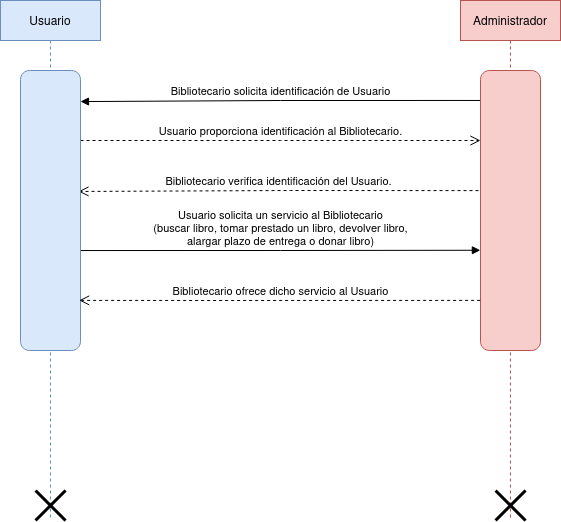
The draw.io diagram Diagramas/Aplicación de Red Social/DS Aplicación de Red Social.drawio.png in RafaelMayor/ETS, before a commit. Source tidied: cells renumbered, new cells last; positions are measured from the earlier drawing's top-left corner, leaving out a move shared by most shapes. Its diagram source:
```xml
<mxGraphModel>
  <root>
    <mxCell id="0" />
    <mxCell id="1" parent="0" />
    <mxCell id="2" value="Usuario" style="shape=umlLifeline;perimeter=lifelinePerimeter;whiteSpace=wrap;html=1;newEdgeStyle={&quot;curved&quot;:0,&quot;rounded&quot;:0};fillColor=#dae8fc;strokeColor=#6c8ebf;" parent="1" vertex="1">
      <mxGeometry x="90" width="100" height="520" as="geometry" />
    </mxCell>
    <mxCell id="3" style="shape=umlDestroy;whiteSpace=wrap;html=1;strokeWidth=3;targetShapes=umlLifeline;" parent="2" vertex="1">
      <mxGeometry x="35" y="490" width="30" height="30" as="geometry" />
    </mxCell>
    <mxCell id="4" value="Administrador" style="shape=umlLifeline;perimeter=lifelinePerimeter;whiteSpace=wrap;html=1;newEdgeStyle={&quot;curved&quot;:0,&quot;rounded&quot;:0};fillColor=#f8cecc;strokeColor=#b85450;" parent="1" vertex="1">
      <mxGeometry x="550" width="100" height="520" as="geometry" />
    </mxCell>
    <mxCell id="5" value="&lt;div&gt;Bibliotecario solicita identificación de Usuario&lt;/div&gt;" style="html=1;verticalAlign=bottom;endArrow=block;curved=0;rounded=0;exitX=0.107;exitY=1;exitDx=0;exitDy=0;exitPerimeter=0;entryX=0.111;entryY=0;entryDx=0;entryDy=0;entryPerimeter=0;" parent="1" edge="1" source="9" target="8">
      <mxGeometry relative="1" as="geometry">
        <Array as="points">
          <mxPoint x="370" y="100" />
        </Array>
      </mxGeometry>
    </mxCell>
    <mxCell id="6" value="Usuario proporciona identificación al Bibliotecario." style="html=1;verticalAlign=bottom;endArrow=open;dashed=1;endSize=8;curved=0;rounded=0;exitX=0.25;exitY=0;exitDx=0;exitDy=0;entryX=0.25;entryY=1;entryDx=0;entryDy=0;" parent="1" edge="1" source="8" target="9">
      <mxGeometry relative="1" as="geometry">
        <Array as="points">
          <mxPoint x="370" y="140" />
        </Array>
      </mxGeometry>
    </mxCell>
    <mxCell id="7" value="Bibliotecario verifica identificación del Usuario." style="html=1;verticalAlign=bottom;endArrow=open;dashed=1;endSize=8;curved=0;rounded=0;exitX=0.429;exitY=1.033;exitDx=0;exitDy=0;exitPerimeter=0;entryX=0.432;entryY=0.033;entryDx=0;entryDy=0;entryPerimeter=0;" parent="1" edge="1" source="9" target="8">
      <mxGeometry relative="1" as="geometry">
        <Array as="points">
          <mxPoint x="380" y="190" />
        </Array>
      </mxGeometry>
    </mxCell>
    <mxCell id="8" style="rounded=1;whiteSpace=wrap;html=1;rotation=90;fillColor=#dae8fc;strokeColor=#6c8ebf;" parent="1" vertex="1">
      <mxGeometry y="180" width="280" height="60" as="geometry" />
    </mxCell>
    <mxCell id="9" style="rounded=1;whiteSpace=wrap;html=1;rotation=90;fillColor=#f8cecc;strokeColor=#b85450;" parent="1" vertex="1">
      <mxGeometry x="460" y="180" width="280" height="60" as="geometry" />
    </mxCell>
    <mxCell id="10" value="&lt;div&gt;Usuario solicita un servicio al Bibliotecario&lt;/div&gt;&lt;div&gt;(buscar libro, tomar prestado un libro, devolver libro,&lt;/div&gt;&lt;div&gt;alargar plazo de entrega o donar libro)&lt;/div&gt;" style="html=1;verticalAlign=bottom;endArrow=block;curved=0;rounded=0;entryX=0.642;entryY=1.002;entryDx=0;entryDy=0;entryPerimeter=0;exitX=0.643;exitY=-0.006;exitDx=0;exitDy=0;exitPerimeter=0;" parent="1" edge="1" source="8" target="9">
      <mxGeometry relative="1" as="geometry">
        <Array as="points">
          <mxPoint x="370" y="250" />
        </Array>
      </mxGeometry>
    </mxCell>
    <mxCell id="11" style="shape=umlDestroy;whiteSpace=wrap;html=1;strokeWidth=3;targetShapes=umlLifeline;" parent="1" vertex="1">
      <mxGeometry x="585" y="490" width="30" height="30" as="geometry" />
    </mxCell>
    <mxCell id="12" value="Bibliotecario ofrece dicho servicio al Usuario" style="html=1;verticalAlign=bottom;endArrow=open;dashed=1;endSize=8;curved=0;rounded=0;exitX=0.821;exitY=1.006;exitDx=0;exitDy=0;exitPerimeter=0;entryX=0.821;entryY=0.022;entryDx=0;entryDy=0;entryPerimeter=0;" parent="1" edge="1" source="9" target="8">
      <mxGeometry relative="1" as="geometry">
        <Array as="points">
          <mxPoint x="300" y="300" />
        </Array>
      </mxGeometry>
    </mxCell>
  </root>
</mxGraphModel>
```
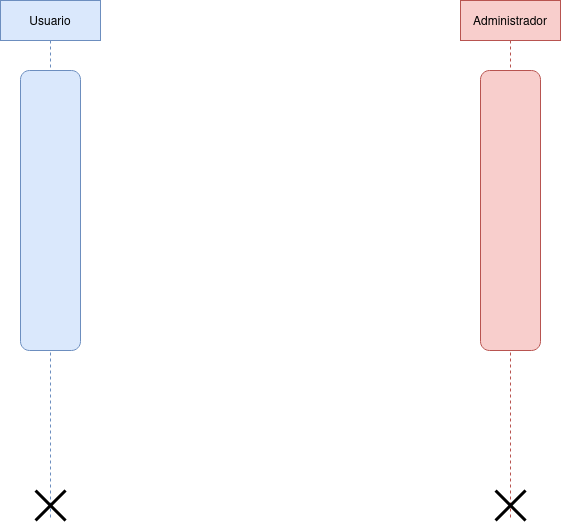
Above is the later version.

Change to the diagram source:
```diff
@@ -11,49 +11,14 @@
     <mxCell id="4" value="Administrador" style="shape=umlLifeline;perimeter=lifelinePerimeter;whiteSpace=wrap;html=1;newEdgeStyle={&quot;curved&quot;:0,&quot;rounded&quot;:0};fillColor=#f8cecc;strokeColor=#b85450;" parent="1" vertex="1">
       <mxGeometry x="550" width="100" height="520" as="geometry" />
     </mxCell>
-    <mxCell id="5" value="&lt;div&gt;Bibliotecario solicita identificación de Usuario&lt;/div&gt;" style="html=1;verticalAlign=bottom;endArrow=block;curved=0;rounded=0;exitX=0.107;exitY=1;exitDx=0;exitDy=0;exitPerimeter=0;entryX=0.111;entryY=0;entryDx=0;entryDy=0;entryPerimeter=0;" parent="1" edge="1" source="9" target="8">
-      <mxGeometry relative="1" as="geometry">
-        <Array as="points">
-          <mxPoint x="370" y="100" />
-        </Array>
-      </mxGeometry>
-    </mxCell>
-    <mxCell id="6" value="Usuario proporciona identificación al Bibliotecario." style="html=1;verticalAlign=bottom;endArrow=open;dashed=1;endSize=8;curved=0;rounded=0;exitX=0.25;exitY=0;exitDx=0;exitDy=0;entryX=0.25;entryY=1;entryDx=0;entryDy=0;" parent="1" edge="1" source="8" target="9">
-      <mxGeometry relative="1" as="geometry">
-        <Array as="points">
-          <mxPoint x="370" y="140" />
-        </Array>
-      </mxGeometry>
-    </mxCell>
-    <mxCell id="7" value="Bibliotecario verifica identificación del Usuario." style="html=1;verticalAlign=bottom;endArrow=open;dashed=1;endSize=8;curved=0;rounded=0;exitX=0.429;exitY=1.033;exitDx=0;exitDy=0;exitPerimeter=0;entryX=0.432;entryY=0.033;entryDx=0;entryDy=0;entryPerimeter=0;" parent="1" edge="1" source="9" target="8">
-      <mxGeometry relative="1" as="geometry">
-        <Array as="points">
-          <mxPoint x="380" y="190" />
-        </Array>
-      </mxGeometry>
-    </mxCell>
     <mxCell id="8" style="rounded=1;whiteSpace=wrap;html=1;rotation=90;fillColor=#dae8fc;strokeColor=#6c8ebf;" parent="1" vertex="1">
       <mxGeometry y="180" width="280" height="60" as="geometry" />
     </mxCell>
     <mxCell id="9" style="rounded=1;whiteSpace=wrap;html=1;rotation=90;fillColor=#f8cecc;strokeColor=#b85450;" parent="1" vertex="1">
       <mxGeometry x="460" y="180" width="280" height="60" as="geometry" />
     </mxCell>
-    <mxCell id="10" value="&lt;div&gt;Usuario solicita un servicio al Bibliotecario&lt;/div&gt;&lt;div&gt;(buscar libro, tomar prestado un libro, devolver libro,&lt;/div&gt;&lt;div&gt;alargar plazo de entrega o donar libro)&lt;/div&gt;" style="html=1;verticalAlign=bottom;endArrow=block;curved=0;rounded=0;entryX=0.642;entryY=1.002;entryDx=0;entryDy=0;entryPerimeter=0;exitX=0.643;exitY=-0.006;exitDx=0;exitDy=0;exitPerimeter=0;" parent="1" edge="1" source="8" target="9">
-      <mxGeometry relative="1" as="geometry">
-        <Array as="points">
-          <mxPoint x="370" y="250" />
-        </Array>
-      </mxGeometry>
-    </mxCell>
     <mxCell id="11" style="shape=umlDestroy;whiteSpace=wrap;html=1;strokeWidth=3;targetShapes=umlLifeline;" parent="1" vertex="1">
       <mxGeometry x="585" y="490" width="30" height="30" as="geometry" />
     </mxCell>
-    <mxCell id="12" value="Bibliotecario ofrece dicho servicio al Usuario" style="html=1;verticalAlign=bottom;endArrow=open;dashed=1;endSize=8;curved=0;rounded=0;exitX=0.821;exitY=1.006;exitDx=0;exitDy=0;exitPerimeter=0;entryX=0.821;entryY=0.022;entryDx=0;entryDy=0;entryPerimeter=0;" parent="1" edge="1" source="9" target="8">
-      <mxGeometry relative="1" as="geometry">
-        <Array as="points">
-          <mxPoint x="300" y="300" />
-        </Array>
-      </mxGeometry>
-    </mxCell>
   </root>
 </mxGraphModel>
```
